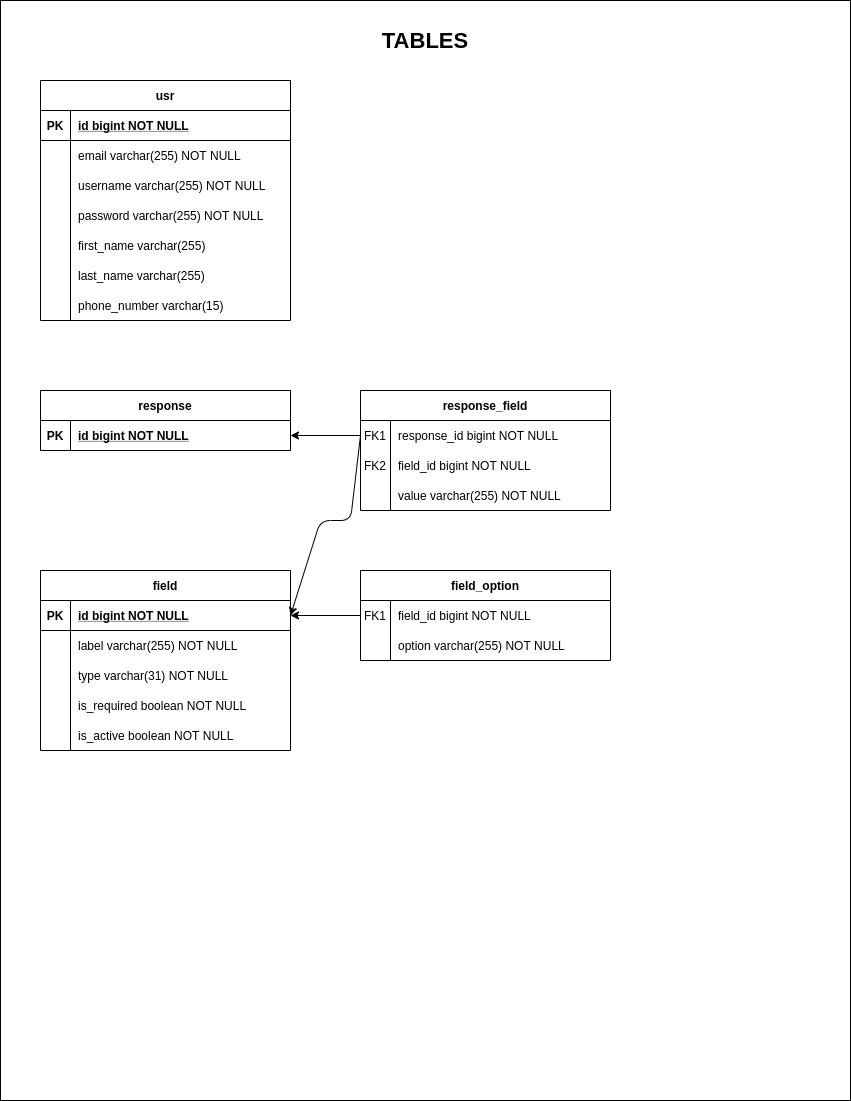
The draw.io diagram documentation/Tables.png in Awelless/microform, before a commit. Source tidied: cells renumbered, new cells last; positions are measured from the earlier drawing's top-left corner, leaving out a move shared by most shapes.
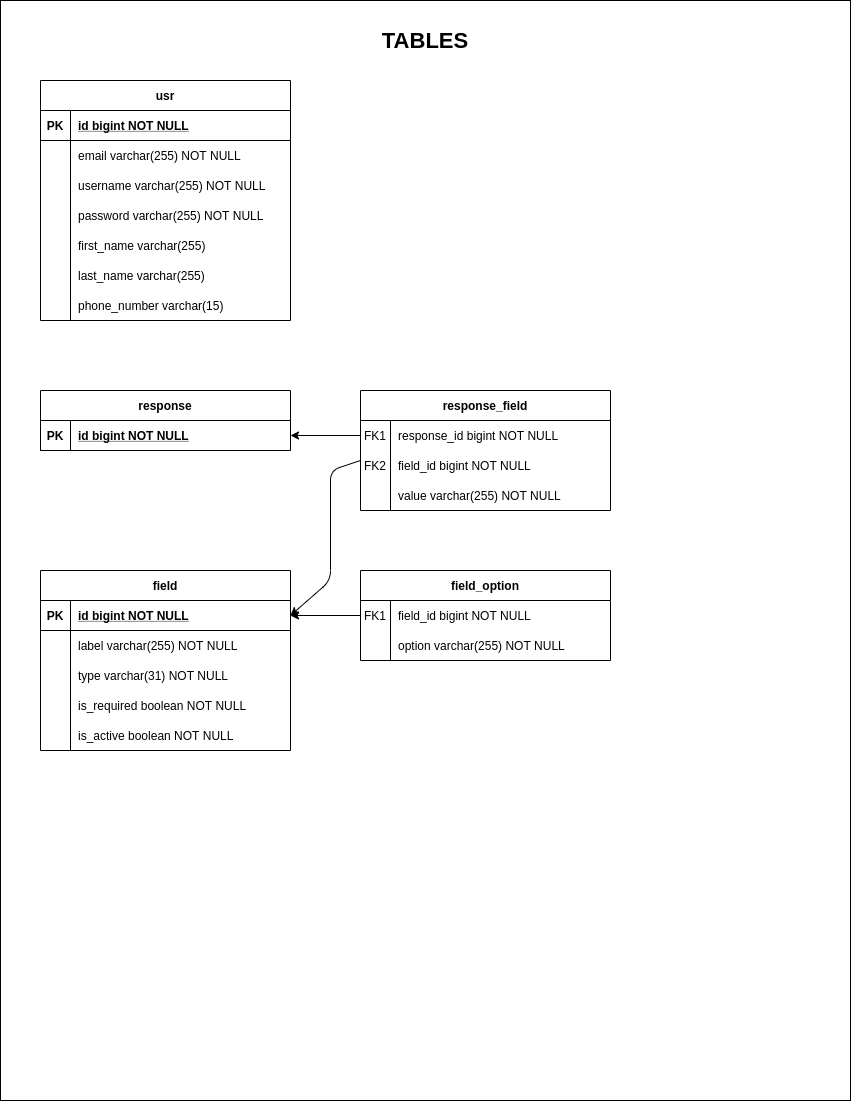
The same diagram one commit later.

Diff of the diagram source:
```diff
@@ -167,11 +167,12 @@
     <mxCell id="56" value="value varchar(255) NOT NULL" style="shape=partialRectangle;overflow=hidden;fillColor=none;top=0;left=0;bottom=0;right=0;align=left;spacingLeft=6;" parent="47" vertex="1">
       <mxGeometry x="30" y="90" width="220" height="30" as="geometry" />
     </mxCell>
-    <mxCell id="57" style="endArrow=classic;html=1;exitX=0;exitY=0.5;exitDx=0;exitDy=0;entryX=1;entryY=0.5;entryDx=0;entryDy=0;" parent="1" edge="1" source="49" target="28">
+    <mxCell id="57" style="endArrow=classic;html=1;entryX=1;entryY=0.5;entryDx=0;entryDy=0;" parent="1" edge="1" target="28">
       <mxGeometry relative="1" as="geometry">
+        <mxPoint x="360" y="460" as="sourcePoint" />
         <Array as="points">
-          <mxPoint x="350" y="520" />
-          <mxPoint x="320" y="520" />
+          <mxPoint x="330" y="470" />
+          <mxPoint x="330" y="580" />
         </Array>
       </mxGeometry>
     </mxCell>
```
